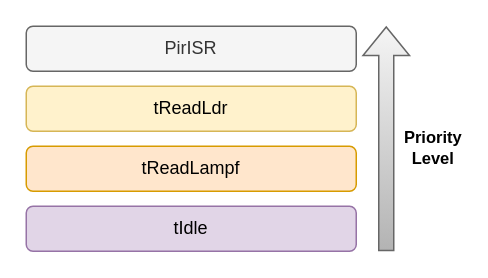
ESRGgroup9/slipad keeps this draw.io diagram as page "daemontPriority" (3 of 5) of documentation/flowcharts/LS/LSThreads.drawio. Above is the earlier version. Source tidied: cells renumbered, new cells numbered last; positions are measured from the earlier drawing's top-left corner, leaving out a move shared by most shapes. Both pictures are drawn from the tidied source at 150%, with x=0, y=0 at pixel (26, 26).
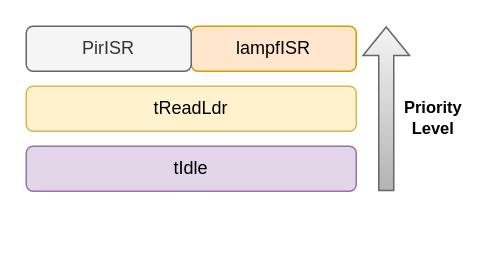
After the change.

The edit, as a diff of the source:
```diff
@@
 <mxGraphModel>
   <root>
     <mxCell id="0" />
     <mxCell id="1" parent="0" />
-    <mxCell id="2" value="tReadLampf" style="rounded=1;whiteSpace=wrap;html=1;fillColor=#ffe6cc;strokeColor=#d79b00;" parent="1" vertex="1">
-      <mxGeometry y="80" width="220" height="30" as="geometry" />
+    <mxCell id="2" value="lampfISR" style="rounded=1;whiteSpace=wrap;html=1;fillColor=#ffe6cc;strokeColor=#d79b00;" parent="1" vertex="1">
+      <mxGeometry x="110" width="110" height="30" as="geometry" />
     </mxCell>
     <mxCell id="3" value="tReadLdr" style="rounded=1;whiteSpace=wrap;html=1;fillColor=#fff2cc;strokeColor=#d6b656;" parent="1" vertex="1">
       <mxGeometry y="40" width="220" height="30" as="geometry" />
     </mxCell>
     <mxCell id="4" value="PirISR" style="rounded=1;whiteSpace=wrap;html=1;fillColor=#f5f5f5;strokeColor=#666666;fontColor=#333333;" parent="1" vertex="1">
-      <mxGeometry width="220" height="30" as="geometry" />
+      <mxGeometry width="110" height="30" as="geometry" />
     </mxCell>
     <mxCell id="5" value="tIdle" style="rounded=1;whiteSpace=wrap;html=1;fillColor=#e1d5e7;strokeColor=#9673a6;" parent="1" vertex="1">
-      <mxGeometry y="120" width="220" height="30" as="geometry" />
+      <mxGeometry y="80" width="220" height="30" as="geometry" />
     </mxCell>
     <mxCell id="6" style="shape=flexArrow;endArrow=classic;html=1;rounded=0;fillColor=#f5f5f5;gradientColor=#b3b3b3;strokeColor=#666666;" parent="1" edge="1">
       <mxGeometry relative="1" as="geometry">
-        <mxPoint x="240" y="150" as="sourcePoint" />
+        <mxPoint x="240" y="110" as="sourcePoint" />
         <mxPoint x="240" as="targetPoint" />
       </mxGeometry>
     </mxCell>
     <mxCell id="7" value="&lt;div&gt;Priority&lt;/div&gt;&lt;div&gt;Level&lt;/div&gt;" style="edgeLabel;html=1;align=center;verticalAlign=middle;labelBackgroundColor=default;fontStyle=1;" parent="6" vertex="1">
       <mxGeometry x="0.54" y="-2" relative="1" as="geometry">
-        <mxPoint x="28" y="46" as="offset" />
+        <mxPoint x="28" y="35" as="offset" />
       </mxGeometry>
     </mxCell>
   </root>
 </mxGraphModel>
```
